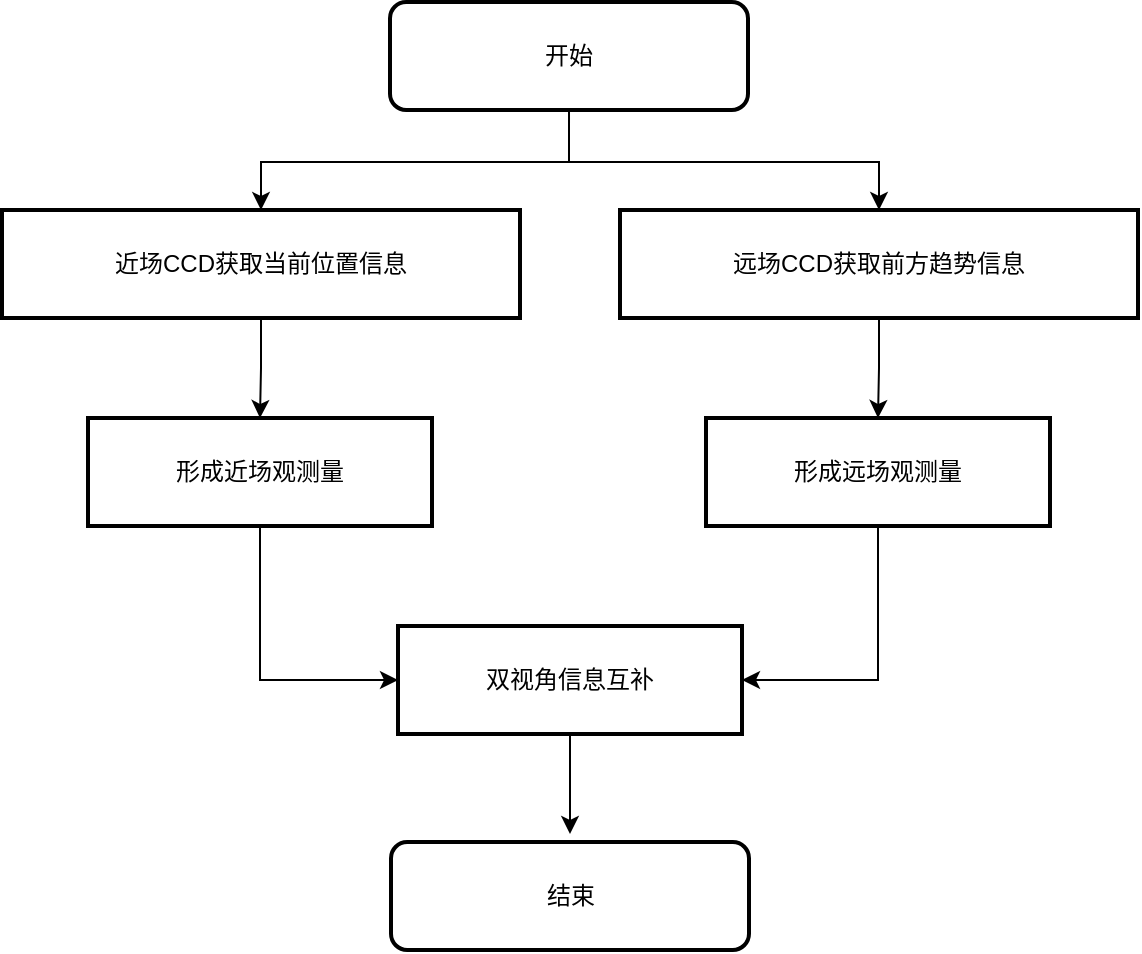
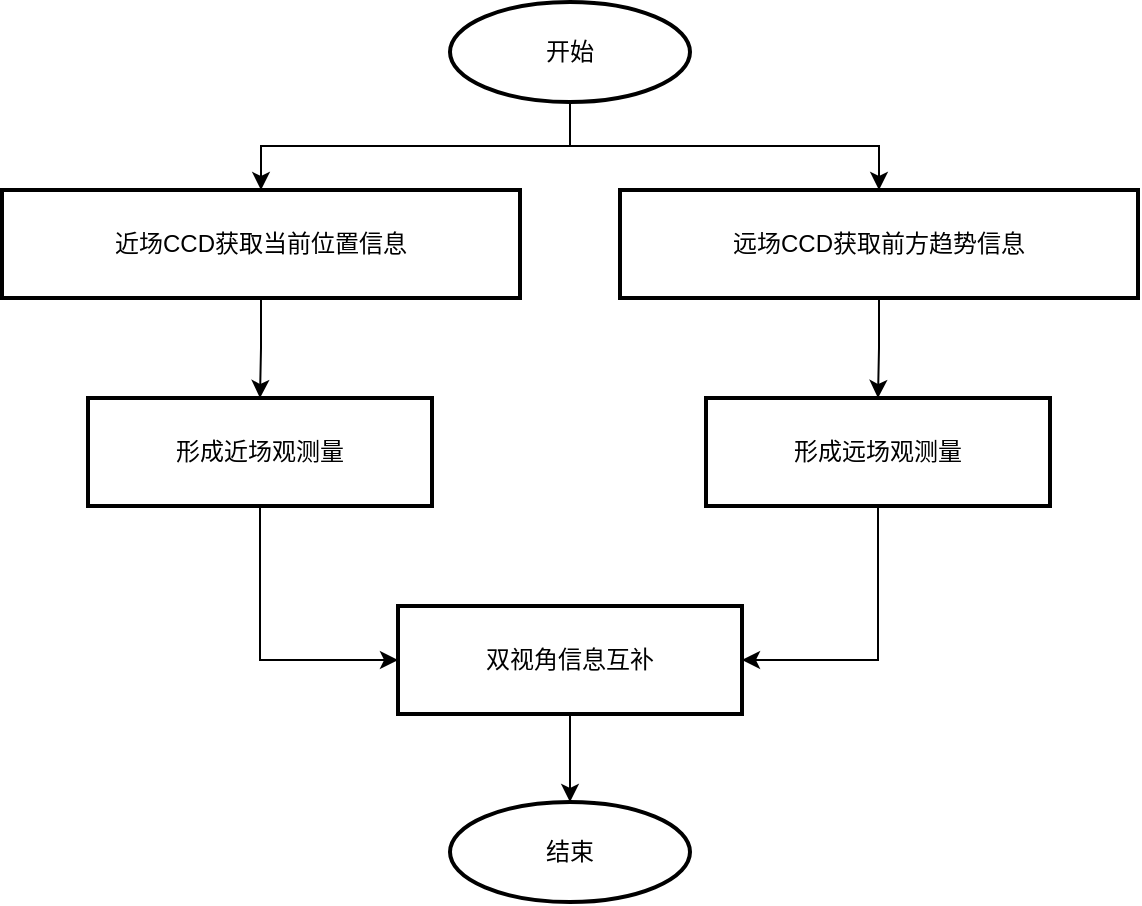
<mxfile host="app.diagrams.net">
  <diagram name="第 1 页" id="ZZROomGxAjZNVAIiVtHU">
-     <mxGraphModel dx="673" dy="377" grid="1" gridSize="10" guides="1" tooltips="1" connect="1" arrows="1" fold="1" page="1" pageScale="1" pageWidth="827" pageHeight="1169" math="0" shadow="0">
+     <mxGraphModel dx="1178" dy="659" grid="1" gridSize="10" guides="1" tooltips="1" connect="1" arrows="1" fold="1" page="1" pageScale="1" pageWidth="827" pageHeight="1169" math="0" shadow="0">
      <root>
        <mxCell id="0" />
        <mxCell id="1" parent="0" />
-         <mxCell id="Fyv5tgcPW2UnVRiNs2Lm-20" edge="1" parent="1" style="edgeStyle=orthogonalEdgeStyle;rounded=0;orthogonalLoop=1;jettySize=auto;html=1;entryX=0.5;entryY=0;entryDx=0;entryDy=0;" target="Fyv5tgcPW2UnVRiNs2Lm-2">
-           <mxGeometry relative="1" as="geometry">
-             <Array as="points">
-               <mxPoint x="304" y="100" />
-               <mxPoint x="150" y="100" />
-             </Array>
-             <mxPoint x="303.504" y="74" as="sourcePoint" />
-           </mxGeometry>
-         </mxCell>
-         <mxCell id="Fyv5tgcPW2UnVRiNs2Lm-21" edge="1" parent="1" style="edgeStyle=orthogonalEdgeStyle;rounded=0;orthogonalLoop=1;jettySize=auto;html=1;entryX=0.5;entryY=0;entryDx=0;entryDy=0;" target="Fyv5tgcPW2UnVRiNs2Lm-3">
-           <mxGeometry relative="1" as="geometry">
-             <Array as="points">
-               <mxPoint x="304" y="100" />
-               <mxPoint x="459" y="100" />
-             </Array>
-             <mxPoint x="303.504" y="74" as="sourcePoint" />
-           </mxGeometry>
-         </mxCell>
        <mxCell id="Fyv5tgcPW2UnVRiNs2Lm-15" edge="1" parent="1" source="Fyv5tgcPW2UnVRiNs2Lm-2" style="edgeStyle=orthogonalEdgeStyle;rounded=0;orthogonalLoop=1;jettySize=auto;html=1;" target="Fyv5tgcPW2UnVRiNs2Lm-4" value="">
          <mxGeometry relative="1" as="geometry" />
        </mxCell>
        <mxCell id="Fyv5tgcPW2UnVRiNs2Lm-2" parent="1" style="whiteSpace=wrap;strokeWidth=2;fillColor=none;" value="近场CCD获取当前位置信息" vertex="1">
          <mxGeometry height="54" width="259" x="20" y="124" as="geometry" />
        </mxCell>
        <mxCell id="Fyv5tgcPW2UnVRiNs2Lm-16" edge="1" parent="1" source="Fyv5tgcPW2UnVRiNs2Lm-3" style="edgeStyle=orthogonalEdgeStyle;rounded=0;orthogonalLoop=1;jettySize=auto;html=1;" target="Fyv5tgcPW2UnVRiNs2Lm-5" value="">
          <mxGeometry relative="1" as="geometry" />
        </mxCell>
        <mxCell id="Fyv5tgcPW2UnVRiNs2Lm-3" parent="1" style="whiteSpace=wrap;strokeWidth=2;fillColor=none;" value="远场CCD获取前方趋势信息" vertex="1">
          <mxGeometry height="54" width="259" x="329" y="124" as="geometry" />
        </mxCell>
        <mxCell id="Fyv5tgcPW2UnVRiNs2Lm-17" edge="1" parent="1" source="Fyv5tgcPW2UnVRiNs2Lm-4" style="edgeStyle=orthogonalEdgeStyle;rounded=0;orthogonalLoop=1;jettySize=auto;html=1;entryX=0;entryY=0.5;entryDx=0;entryDy=0;" target="Fyv5tgcPW2UnVRiNs2Lm-6">
          <mxGeometry relative="1" as="geometry" />
        </mxCell>
        <mxCell id="Fyv5tgcPW2UnVRiNs2Lm-4" parent="1" style="whiteSpace=wrap;strokeWidth=2;fillColor=none;" value="形成近场观测量" vertex="1">
          <mxGeometry height="54" width="172" x="63" y="228" as="geometry" />
        </mxCell>
        <mxCell id="Fyv5tgcPW2UnVRiNs2Lm-18" edge="1" parent="1" source="Fyv5tgcPW2UnVRiNs2Lm-5" style="edgeStyle=orthogonalEdgeStyle;rounded=0;orthogonalLoop=1;jettySize=auto;html=1;entryX=1;entryY=0.5;entryDx=0;entryDy=0;" target="Fyv5tgcPW2UnVRiNs2Lm-6">
          <mxGeometry relative="1" as="geometry" />
        </mxCell>
        <mxCell id="Fyv5tgcPW2UnVRiNs2Lm-5" parent="1" style="whiteSpace=wrap;strokeWidth=2;fillColor=none;" value="形成远场观测量" vertex="1">
          <mxGeometry height="54" width="172" x="372" y="228" as="geometry" />
        </mxCell>
-         <mxCell id="Fyv5tgcPW2UnVRiNs2Lm-19" edge="1" parent="1" source="Fyv5tgcPW2UnVRiNs2Lm-6" style="edgeStyle=orthogonalEdgeStyle;rounded=0;orthogonalLoop=1;jettySize=auto;html=1;" value="">
-           <mxGeometry relative="1" as="geometry">
-             <mxPoint x="304.0000000000001" y="436" as="targetPoint" />
-           </mxGeometry>
+         <mxCell id="rMOKARZWrqJPiN66Vlp4-9" edge="1" parent="1" source="Fyv5tgcPW2UnVRiNs2Lm-6" style="edgeStyle=orthogonalEdgeStyle;rounded=0;orthogonalLoop=1;jettySize=auto;html=1;" target="rMOKARZWrqJPiN66Vlp4-8" value="">
+           <mxGeometry relative="1" as="geometry" />
        </mxCell>
        <mxCell id="Fyv5tgcPW2UnVRiNs2Lm-6" parent="1" style="whiteSpace=wrap;strokeWidth=2;fillColor=none;" value="双视角信息互补" vertex="1">
          <mxGeometry height="54" width="172" x="218" y="332" as="geometry" />
        </mxCell>
-         <mxCell id="TFlD17yZPAbWttH9sf_j-1" parent="1" style="rounded=1;whiteSpace=wrap;html=1;fillColor=none;strokeWidth=2;" value="开始" vertex="1">
-           <mxGeometry height="54" width="179" x="214" y="20" as="geometry" />
+         <mxCell id="rMOKARZWrqJPiN66Vlp4-6" edge="1" parent="1" source="rMOKARZWrqJPiN66Vlp4-1" style="edgeStyle=orthogonalEdgeStyle;rounded=0;orthogonalLoop=1;jettySize=auto;html=1;" target="Fyv5tgcPW2UnVRiNs2Lm-3">
+           <mxGeometry relative="1" as="geometry" />
        </mxCell>
-         <mxCell id="TFlD17yZPAbWttH9sf_j-2" parent="1" style="rounded=1;whiteSpace=wrap;html=1;fillColor=none;strokeWidth=2;" value="结束" vertex="1">
-           <mxGeometry height="54" width="179" x="214.5" y="440" as="geometry" />
+         <mxCell id="rMOKARZWrqJPiN66Vlp4-7" edge="1" parent="1" source="rMOKARZWrqJPiN66Vlp4-1" style="edgeStyle=orthogonalEdgeStyle;rounded=0;orthogonalLoop=1;jettySize=auto;html=1;entryX=0.5;entryY=0;entryDx=0;entryDy=0;" target="Fyv5tgcPW2UnVRiNs2Lm-2">
+           <mxGeometry relative="1" as="geometry" />
+         </mxCell>
+         <mxCell id="rMOKARZWrqJPiN66Vlp4-1" parent="1" style="strokeWidth=2;html=1;shape=mxgraph.flowchart.start_1;whiteSpace=wrap;fillColor=none;" value="开始" vertex="1">
+           <mxGeometry height="50" width="120" x="244" y="30" as="geometry" />
+         </mxCell>
+         <mxCell id="rMOKARZWrqJPiN66Vlp4-8" parent="1" style="strokeWidth=2;html=1;shape=mxgraph.flowchart.start_1;whiteSpace=wrap;fillColor=none;" value="结束" vertex="1">
+           <mxGeometry height="50" width="120" x="244" y="430" as="geometry" />
        </mxCell>
      </root>
    </mxGraphModel>
  </diagram>
</mxfile>
